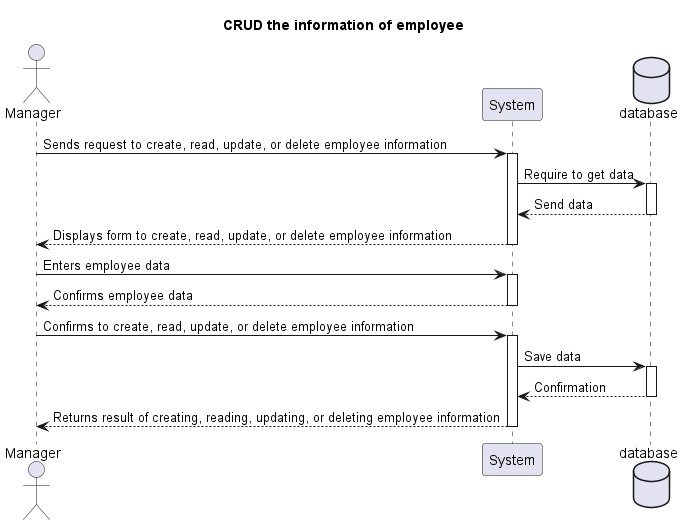
The PlantUML diagram Lab1.2/Sequence diagram/CRUD information of Employee_sequence.png in baonehe/SE357-Pratice-class, before a commit.
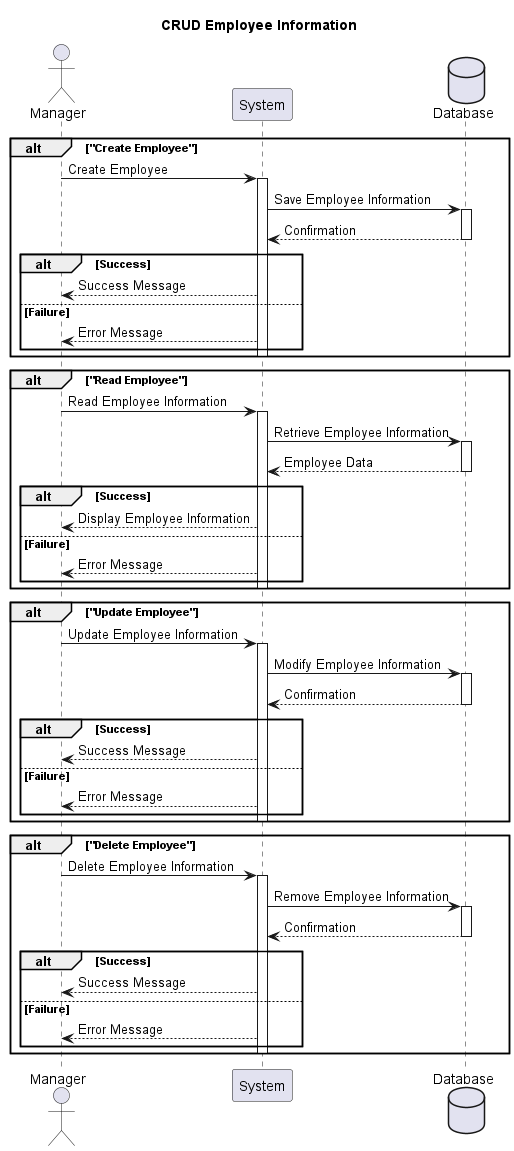
The same diagram one commit later.

Diff of the diagram source:
```diff
@@ -1,29 +1,68 @@
 @startuml
-Title CRUD the information of employee
+title CRUD Employee Information
+
 actor Manager
 participant System
-Database database
+database Database
 
-Manager -> System: Sends request to create, read, update, or delete employee information
-activate System
-System -> database: Require to get data
-activate database
-database --> System: Send data
-deactivate database
-System --> Manager: Displays form to create, read, update, or delete employee information
-deactivate System
+alt "Create Employee"
+  Manager -> System: Create Employee
+  activate System
+  System -> Database: Save Employee Information
+  activate Database
+  Database --> System: Confirmation
+  deactivate Database
+  alt Success
+    System --> Manager: Success Message
+  else Failure
+    System --> Manager: Error Message
+  end
+  deactivate System
+end
 
-Manager -> System: Enters employee data
-activate System
-System --> Manager: Confirms employee data
-deactivate System
+alt "Read Employee"
+  Manager -> System: Read Employee Information
+  activate System
+  System -> Database: Retrieve Employee Information
+  activate Database
+  Database --> System: Employee Data
+  deactivate Database
+  alt Success
+    System --> Manager: Display Employee Information
+  else Failure
+    System --> Manager: Error Message
+  end
+  deactivate System
+end
 
-Manager -> System: Confirms to create, read, update, or delete employee information
-activate System
-System-> database: Save data
-activate database
-database --> System: Confirmation
-deactivate database
-System --> Manager: Returns result of creating, reading, updating, or deleting employee information
-deactivate System
+alt "Update Employee"
+  Manager -> System: Update Employee Information
+  activate System
+  System -> Database: Modify Employee Information
+  activate Database
+  Database --> System: Confirmation
+  deactivate Database
+  alt Success
+    System --> Manager: Success Message
+  else Failure
+    System --> Manager: Error Message
+  end
+  deactivate System
+end
+
+alt "Delete Employee"
+  Manager -> System: Delete Employee Information
+  activate System
+  System -> Database: Remove Employee Information
+  activate Database
+  Database --> System: Confirmation
+  deactivate Database
+  alt Success
+    System --> Manager: Success Message
+  else Failure
+    System --> Manager: Error Message
+  end
+  deactivate System
+end
+
 @enduml
```
